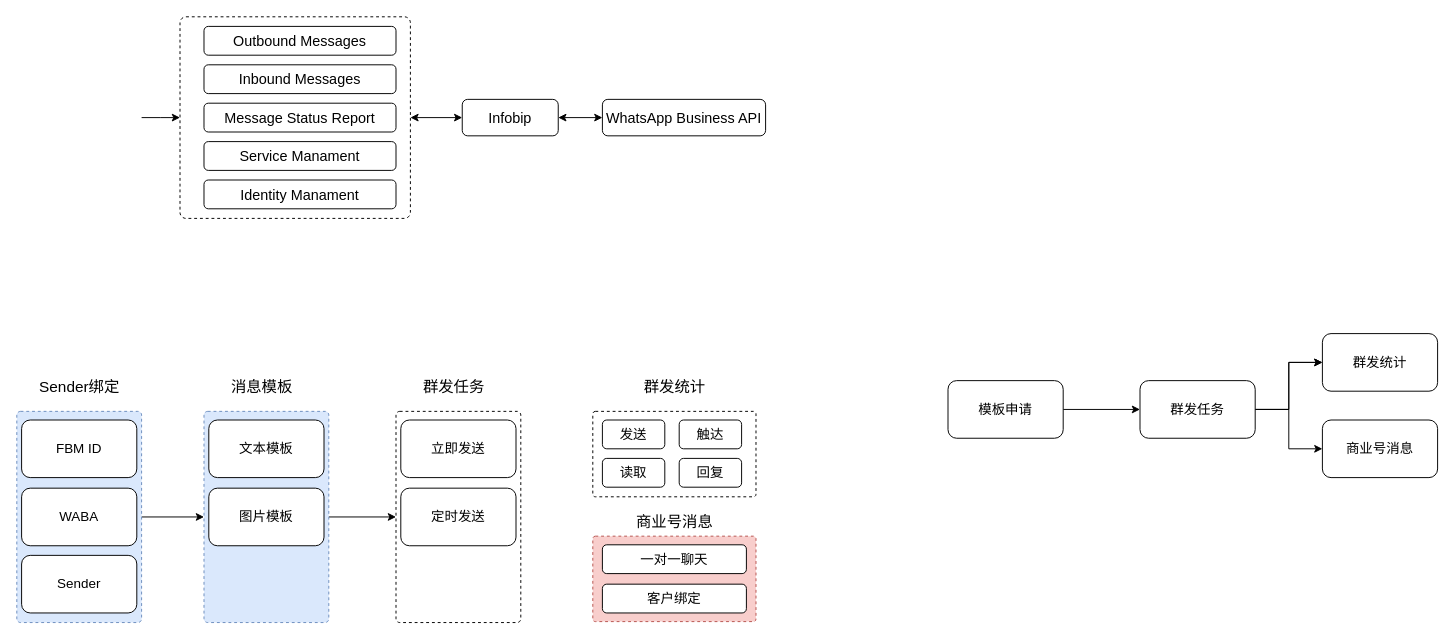
Before: page "infobip sdk" (14 of 16) of Untitled Diagram.drawio in zhangzhuzi/draw.io, a draw.io diagram. Source tidied: cells renumbered, new cells numbered last; positions are measured from the earlier drawing's top-left corner, leaving out a move shared by most shapes. Both pictures are drawn from the tidied source at 96%, with x=0, y=0 at pixel (16, 16).
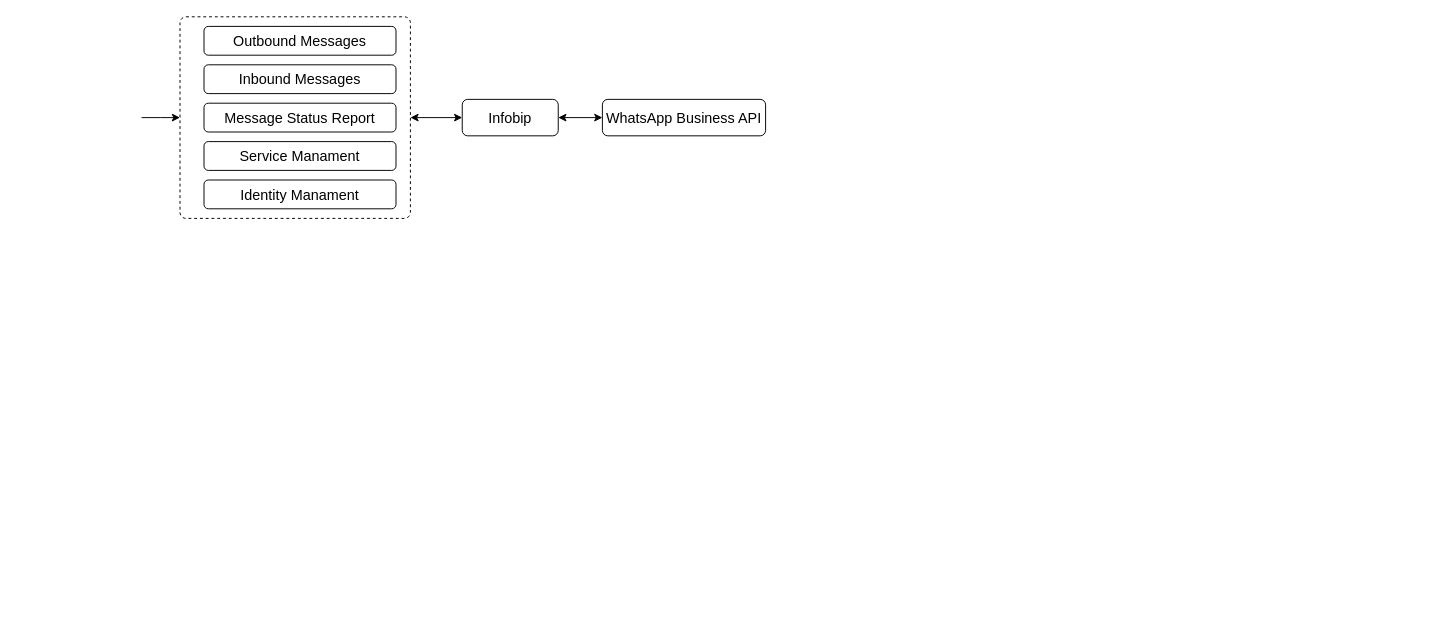
The same page after the edit.

Diff of the diagram source:
```diff
@@
-    <mxCell id="2" style="edgeStyle=orthogonalEdgeStyle;rounded=0;jettySize=auto;html=1;entryX=0;entryY=0.5;entryDx=0;entryDy=0;fontSize=16;startArrow=none;startFill=0;endArrow=classic;endFill=1;" parent="1" edge="1" source="3" target="29">
-      <mxGeometry relative="1" as="geometry" />
-    </mxCell>
-    <mxCell id="3" style="rounded=1;whiteSpace=wrap;html=1;labelBackgroundColor=none;fontSize=15;arcSize=3;dashed=1;fillColor=#dae8fc;strokeColor=#6c8ebf;" parent="1" vertex="1">
-      <mxGeometry y="411" width="130" height="220" as="geometry" />
-    </mxCell>
@@
-    <mxCell id="8" value="&lt;font style=&quot;font-size: 16px;&quot;&gt;Sender绑定&lt;/font&gt;" style="text;html=1;align=center;verticalAlign=middle;strokeColor=none;fillColor=none;" parent="1" vertex="1">
-      <mxGeometry x="10" y="370" width="110" height="30" as="geometry" />
-    </mxCell>
@@
-    <mxCell id="17" value="&lt;font style=&quot;font-size: 14px;&quot;&gt;FBM ID&lt;/font&gt;" style="whiteSpace=wrap;html=1;rounded=1;" parent="1" vertex="1">
-      <mxGeometry x="5" y="420" width="120" height="60" as="geometry" />
-    </mxCell>
-    <mxCell id="18" style="edgeStyle=orthogonalEdgeStyle;rounded=0;jettySize=auto;html=1;startArrow=none;startFill=0;endArrow=classic;endFill=1;" parent="1" edge="1" source="19" target="23">
-      <mxGeometry relative="1" as="geometry" />
-    </mxCell>
-    <mxCell id="19" value="&lt;font style=&quot;font-size: 14px;&quot;&gt;模板申请&lt;/font&gt;" style="whiteSpace=wrap;html=1;rounded=1;" parent="1" vertex="1">
-      <mxGeometry x="970" y="379" width="120" height="60" as="geometry" />
-    </mxCell>
-    <mxCell id="20" style="edgeStyle=orthogonalEdgeStyle;rounded=0;jettySize=auto;html=1;startArrow=none;startFill=0;endArrow=classic;endFill=1;" parent="1" edge="1" source="23" target="24">
-      <mxGeometry relative="1" as="geometry" />
-    </mxCell>
-    <mxCell id="21" style="edgeStyle=orthogonalEdgeStyle;rounded=0;jettySize=auto;html=1;startArrow=none;startFill=0;endArrow=classic;endFill=1;" parent="1" edge="1" source="23" target="24">
-      <mxGeometry relative="1" as="geometry" />
-    </mxCell>
-    <mxCell id="22" style="edgeStyle=orthogonalEdgeStyle;rounded=0;jettySize=auto;html=1;entryX=0;entryY=0.5;entryDx=0;entryDy=0;startArrow=none;startFill=0;endArrow=classic;endFill=1;" parent="1" edge="1" source="23" target="25">
-      <mxGeometry relative="1" as="geometry" />
-    </mxCell>
-    <mxCell id="23" value="&lt;font style=&quot;font-size: 14px;&quot;&gt;群发任务&lt;/font&gt;" style="whiteSpace=wrap;html=1;rounded=1;" parent="1" vertex="1">
-      <mxGeometry x="1170" y="379" width="120" height="60" as="geometry" />
-    </mxCell>
-    <mxCell id="24" value="&lt;font style=&quot;font-size: 14px;&quot;&gt;群发统计&lt;/font&gt;" style="whiteSpace=wrap;html=1;rounded=1;" parent="1" vertex="1">
-      <mxGeometry x="1360" y="330" width="120" height="60" as="geometry" />
-    </mxCell>
-    <mxCell id="25" value="&lt;font style=&quot;font-size: 14px;&quot;&gt;商业号消息&lt;/font&gt;" style="whiteSpace=wrap;html=1;rounded=1;" parent="1" vertex="1">
-      <mxGeometry x="1360" y="420" width="120" height="60" as="geometry" />
-    </mxCell>
-    <mxCell id="26" value="&lt;font style=&quot;font-size: 14px;&quot;&gt;WABA&lt;/font&gt;" style="whiteSpace=wrap;html=1;rounded=1;" parent="1" vertex="1">
-      <mxGeometry x="5" y="491" width="120" height="60" as="geometry" />
-    </mxCell>
-    <mxCell id="27" value="&lt;font style=&quot;font-size: 14px;&quot;&gt;Sender&lt;/font&gt;" style="whiteSpace=wrap;html=1;rounded=1;" parent="1" vertex="1">
-      <mxGeometry x="5" y="561" width="120" height="60" as="geometry" />
-    </mxCell>
-    <mxCell id="28" style="edgeStyle=orthogonalEdgeStyle;rounded=0;jettySize=auto;html=1;entryX=0;entryY=0.5;entryDx=0;entryDy=0;fontSize=16;startArrow=none;startFill=0;endArrow=classic;endFill=1;" parent="1" edge="1" source="29" target="33">
-      <mxGeometry relative="1" as="geometry" />
-    </mxCell>
-    <mxCell id="29" style="rounded=1;whiteSpace=wrap;html=1;labelBackgroundColor=none;fontSize=15;arcSize=3;dashed=1;fillColor=#dae8fc;strokeColor=#6c8ebf;" parent="1" vertex="1">
-      <mxGeometry x="195" y="411" width="130" height="220" as="geometry" />
-    </mxCell>
-    <mxCell id="30" value="&lt;font style=&quot;font-size: 14px;&quot;&gt;文本模板&lt;/font&gt;" style="whiteSpace=wrap;html=1;rounded=1;" parent="1" vertex="1">
-      <mxGeometry x="200" y="420" width="120" height="60" as="geometry" />
-    </mxCell>
-    <mxCell id="31" value="&lt;font style=&quot;font-size: 14px;&quot;&gt;图片模板&lt;/font&gt;" style="whiteSpace=wrap;html=1;rounded=1;" parent="1" vertex="1">
-      <mxGeometry x="200" y="491" width="120" height="60" as="geometry" />
-    </mxCell>
-    <mxCell id="32" value="&lt;font style=&quot;font-size: 16px;&quot;&gt;消息模板&lt;/font&gt;" style="text;html=1;align=center;verticalAlign=middle;strokeColor=none;fillColor=none;" parent="1" vertex="1">
-      <mxGeometry x="210" y="370" width="90" height="30" as="geometry" />
-    </mxCell>
-    <mxCell id="33" style="rounded=1;whiteSpace=wrap;html=1;labelBackgroundColor=none;fontSize=15;arcSize=3;dashed=1;" parent="1" vertex="1">
-      <mxGeometry x="395" y="411" width="130" height="220" as="geometry" />
-    </mxCell>
-    <mxCell id="34" value="&lt;font style=&quot;font-size: 14px;&quot;&gt;立即发送&lt;/font&gt;" style="whiteSpace=wrap;html=1;rounded=1;" parent="1" vertex="1">
-      <mxGeometry x="400" y="420" width="120" height="60" as="geometry" />
-    </mxCell>
-    <mxCell id="35" value="&lt;font style=&quot;font-size: 14px;&quot;&gt;定时发送&lt;/font&gt;" style="whiteSpace=wrap;html=1;rounded=1;" parent="1" vertex="1">
-      <mxGeometry x="400" y="491" width="120" height="60" as="geometry" />
-    </mxCell>
-    <mxCell id="36" value="&lt;font style=&quot;font-size: 16px;&quot;&gt;群发任务&lt;/font&gt;" style="text;html=1;align=center;verticalAlign=middle;strokeColor=none;fillColor=none;" parent="1" vertex="1">
-      <mxGeometry x="410" y="370" width="90" height="30" as="geometry" />
-    </mxCell>
-    <mxCell id="37" style="rounded=1;whiteSpace=wrap;html=1;labelBackgroundColor=none;fontSize=15;arcSize=3;dashed=1;" parent="1" vertex="1">
-      <mxGeometry x="600" y="411" width="170" height="89" as="geometry" />
-    </mxCell>
-    <mxCell id="38" value="&lt;font style=&quot;font-size: 14px;&quot;&gt;发送&lt;/font&gt;" style="whiteSpace=wrap;html=1;rounded=1;" parent="1" vertex="1">
-      <mxGeometry x="610" y="420" width="65" height="30" as="geometry" />
-    </mxCell>
-    <mxCell id="39" value="&lt;font style=&quot;font-size: 16px;&quot;&gt;群发统计&lt;/font&gt;" style="text;html=1;align=center;verticalAlign=middle;strokeColor=none;fillColor=none;" parent="1" vertex="1">
-      <mxGeometry x="640" y="370" width="90" height="30" as="geometry" />
-    </mxCell>
-    <mxCell id="40" value="&lt;font style=&quot;font-size: 14px;&quot;&gt;触达&lt;/font&gt;" style="whiteSpace=wrap;html=1;rounded=1;" parent="1" vertex="1">
-      <mxGeometry x="690" y="420" width="65" height="30" as="geometry" />
-    </mxCell>
-    <mxCell id="41" value="&lt;span style=&quot;font-size: 14px;&quot;&gt;读取&lt;/span&gt;" style="whiteSpace=wrap;html=1;rounded=1;" parent="1" vertex="1">
-      <mxGeometry x="610" y="460" width="65" height="30" as="geometry" />
-    </mxCell>
-    <mxCell id="42" value="&lt;span style=&quot;font-size: 14px;&quot;&gt;回复&lt;/span&gt;" style="whiteSpace=wrap;html=1;rounded=1;" parent="1" vertex="1">
-      <mxGeometry x="690" y="460" width="65" height="30" as="geometry" />
-    </mxCell>
-    <mxCell id="43" style="rounded=1;whiteSpace=wrap;html=1;labelBackgroundColor=none;fontSize=15;arcSize=3;dashed=1;fillColor=#f8cecc;strokeColor=#b85450;" parent="1" vertex="1">
-      <mxGeometry x="600" y="541" width="170" height="89" as="geometry" />
-    </mxCell>
-    <mxCell id="44" value="&lt;font style=&quot;font-size: 14px;&quot;&gt;一对一聊天&lt;/font&gt;" style="whiteSpace=wrap;html=1;rounded=1;" parent="1" vertex="1">
-      <mxGeometry x="610" y="550" width="150" height="30" as="geometry" />
-    </mxCell>
-    <mxCell id="45" value="&lt;span style=&quot;font-size: 16px;&quot;&gt;商业号消息&lt;/span&gt;" style="text;html=1;align=center;verticalAlign=middle;strokeColor=none;fillColor=none;" parent="1" vertex="1">
-      <mxGeometry x="635" y="511" width="100" height="30" as="geometry" />
-    </mxCell>
-    <mxCell id="46" value="&lt;span style=&quot;font-size: 14px;&quot;&gt;客户绑定&lt;/span&gt;" style="whiteSpace=wrap;html=1;rounded=1;" parent="1" vertex="1">
-      <mxGeometry x="610" y="591" width="150" height="30" as="geometry" />
-    </mxCell>
```
